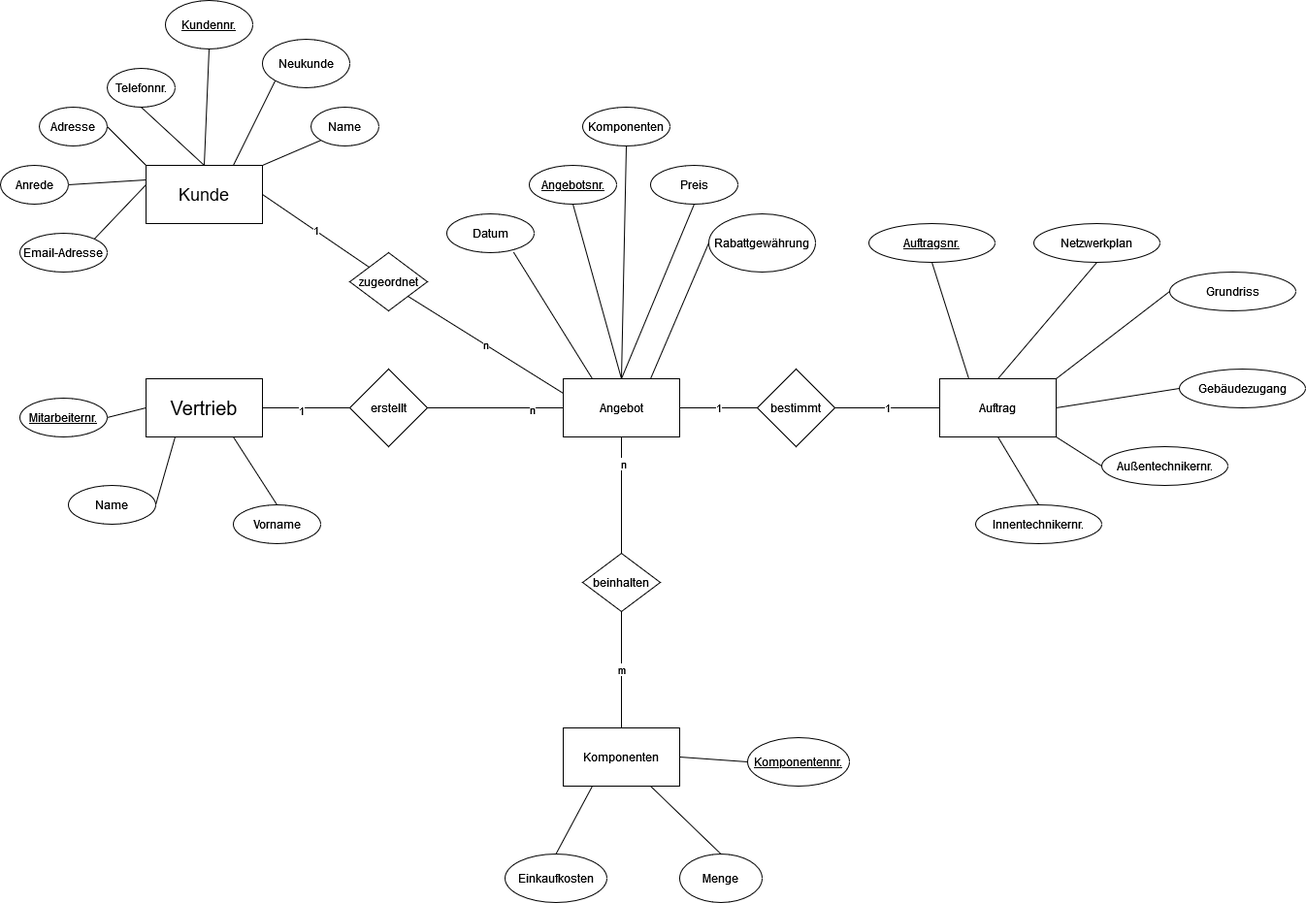
insgeheime4ergruppe/Projekt-1 keeps this draw.io diagram as images/ERM-Model.png. Above is the earlier version. Source tidied: cells renumbered, new cells last; positions are measured from the earlier drawing's top-left corner, leaving out a move shared by most shapes.
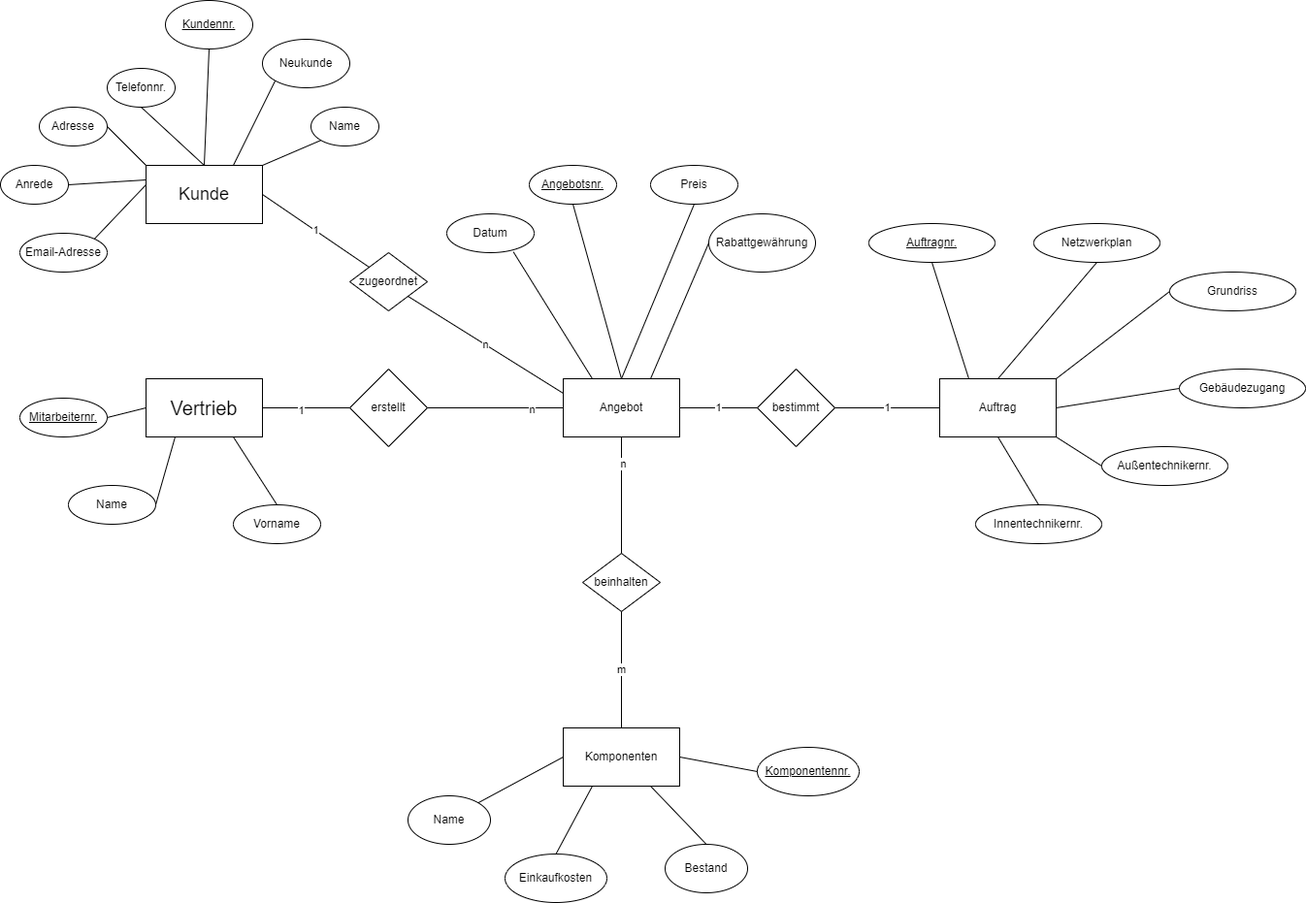
After the commit.

The edit, as a diff of the source:
```diff
@@ -43,11 +43,11 @@
     <mxCell id="14" style="endArrow=none;html=1;rounded=0;entryX=0.5;entryY=1;entryDx=0;entryDy=0;exitX=0.5;exitY=0;exitDx=0;exitDy=0;strokeWidth=1;" parent="1" edge="1" source="2" target="5">
       <mxGeometry relative="1" as="geometry" />
     </mxCell>
-    <mxCell id="15" value="Menge" style="ellipse;whiteSpace=wrap;html=1;strokeWidth=1;" parent="1" vertex="1">
-      <mxGeometry x="700" y="880" width="85" height="50" as="geometry" />
+    <mxCell id="15" value="Bestand" style="ellipse;whiteSpace=wrap;html=1;strokeWidth=1;" parent="1" vertex="1">
+      <mxGeometry x="685" y="870" width="85" height="50" as="geometry" />
     </mxCell>
     <mxCell id="16" value="&lt;u&gt;Komponentennr.&lt;/u&gt;" style="ellipse;whiteSpace=wrap;html=1;strokeWidth=1;" parent="1" vertex="1">
-      <mxGeometry x="770" y="760" width="105" height="50" as="geometry" />
+      <mxGeometry x="780" y="770" width="105" height="50" as="geometry" />
     </mxCell>
     <mxCell id="17" value="Einkaufkosten" style="ellipse;whiteSpace=wrap;html=1;strokeWidth=1;" parent="1" vertex="1">
       <mxGeometry x="520" y="880" width="105" height="50" as="geometry" />
@@ -94,7 +94,7 @@
     <mxCell id="31" value="bestimmt" style="rhombus;whiteSpace=wrap;html=1;strokeWidth=1;" parent="1" vertex="1">
       <mxGeometry x="780" y="380" width="80" height="80" as="geometry" />
     </mxCell>
-    <mxCell id="32" value="&lt;u&gt;Auftragsnr.&lt;/u&gt;" style="ellipse;whiteSpace=wrap;html=1;strokeWidth=1;" parent="1" vertex="1">
+    <mxCell id="32" value="&lt;u&gt;Auftragnr.&lt;/u&gt;" style="ellipse;whiteSpace=wrap;html=1;strokeWidth=1;" parent="1" vertex="1">
       <mxGeometry x="895" y="230" width="130" height="40" as="geometry" />
     </mxCell>
     <mxCell id="33" style="endArrow=none;html=1;rounded=0;entryX=0.25;entryY=0;entryDx=0;entryDy=0;exitX=0.5;exitY=1;exitDx=0;exitDy=0;" parent="1" edge="1" source="32" target="26">
@@ -142,12 +142,6 @@
     <mxCell id="47" value="Rabattgewährung" style="ellipse;whiteSpace=wrap;html=1;strokeWidth=1;" parent="1" vertex="1">
       <mxGeometry x="730" y="220" width="110" height="60" as="geometry" />
     </mxCell>
-    <mxCell id="48" value="Komponenten" style="ellipse;whiteSpace=wrap;html=1;strokeWidth=1;" parent="1" vertex="1">
-      <mxGeometry x="600" y="110" width="90" height="40" as="geometry" />
-    </mxCell>
-    <mxCell id="49" style="endArrow=none;html=1;rounded=0;entryX=0.5;entryY=1;entryDx=0;entryDy=0;exitX=0.5;exitY=0;exitDx=0;exitDy=0;" parent="1" edge="1" source="23" target="48">
-      <mxGeometry relative="1" as="geometry" />
-    </mxCell>
     <mxCell id="50" style="endArrow=none;html=1;rounded=0;entryX=0.763;entryY=0.982;entryDx=0;entryDy=0;entryPerimeter=0;exitX=0.25;exitY=0;exitDx=0;exitDy=0;" parent="1" edge="1" source="23" target="44">
       <mxGeometry relative="1" as="geometry" />
     </mxCell>
@@ -211,5 +205,11 @@
     <mxCell id="70" style="edgeStyle=orthogonalEdgeStyle;rounded=0;orthogonalLoop=1;jettySize=auto;html=1;exitX=0.5;exitY=1;exitDx=0;exitDy=0;" parent="1" edge="1" source="5" target="5">
       <mxGeometry relative="1" as="geometry" />
     </mxCell>
+    <mxCell id="71" value="Name" style="ellipse;whiteSpace=wrap;html=1;strokeWidth=1;" parent="1" vertex="1">
+      <mxGeometry x="420" y="820" width="85" height="50" as="geometry" />
+    </mxCell>
+    <mxCell id="72" style="endArrow=none;html=1;rounded=0;exitX=0;exitY=0.5;exitDx=0;exitDy=0;entryX=1;entryY=0;entryDx=0;entryDy=0;strokeWidth=1;" parent="1" edge="1" source="25" target="71">
+      <mxGeometry relative="1" as="geometry" />
+    </mxCell>
   </root>
 </mxGraphModel>
```
